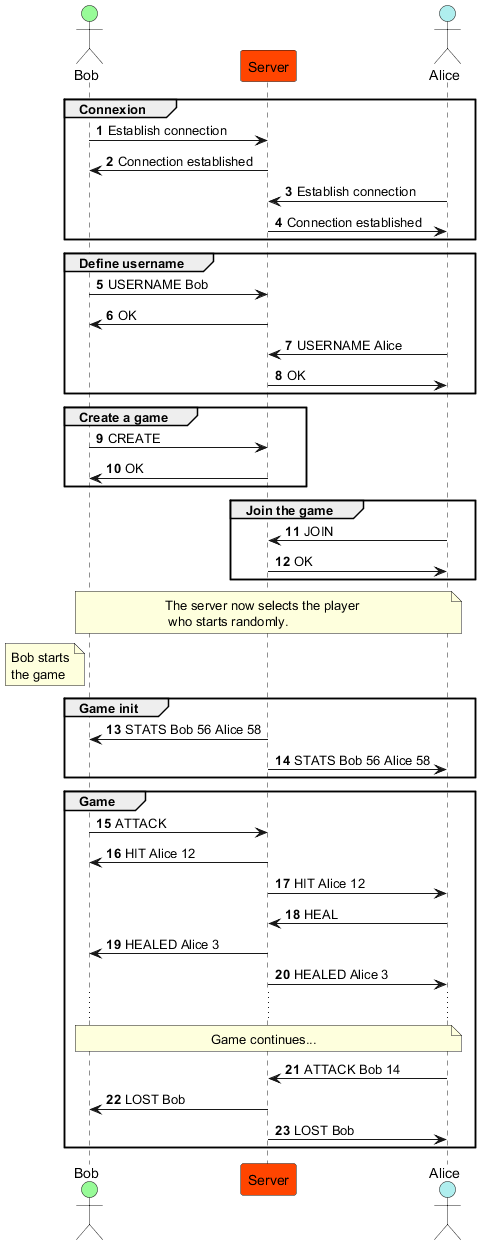
Schokiiiiiiii/DAI-Practical-work-2 keeps this PlantUML diagram as docs/functional_example.png. Above is the earlier version. Source of this version:
```plantuml
@startuml functional_example


actor Bob as Player1 #PaleGreen
Participant Server #OrangeRed
actor Alice as Player2 #PaleTurquoise


autonumber

group Connexion
    Player1 -> Server : Establish connection
    Server -> Player1 : Connection established
    Player2 -> Server : Establish connection
    Server -> Player2 : Connection established
end

group Define username
    Player1 -> Server : USERNAME Bob
    Server -> Player1 : OK
    Player2 -> Server : USERNAME Alice
    Server -> Player2 : OK
end

group Create a game
    Player1 -> Server : CREATE
    Server -> Player1 : OK
end

group Join the game
    Player2 -> Server : JOIN
    Server -> Player2 : OK
end

note across : The server now selects the player \n who starts randomly.

note left of Player1
    Bob starts
    the game
endnote

group Game init
    Server -> Player1 : STATS Bob 56 Alice 58
    Server -> Player2 : STATS Bob 56 Alice 58
end

group Game
    Player1 -> Server : ATTACK
    Server -> Player1 : HIT Alice 12
    Server -> Player2 : HIT Alice 12
    Player2 -> Server : HEAL
    Server -> Player1 : HEALED Alice 3
    Server -> Player2 : HEALED Alice 3
    ...
    note across : Game continues...

    Player2 -> Server : ATTACK Bob 14
    Server -> Player1 : LOST Bob
    Server -> Player2 : LOST Bob

end


@endum
```
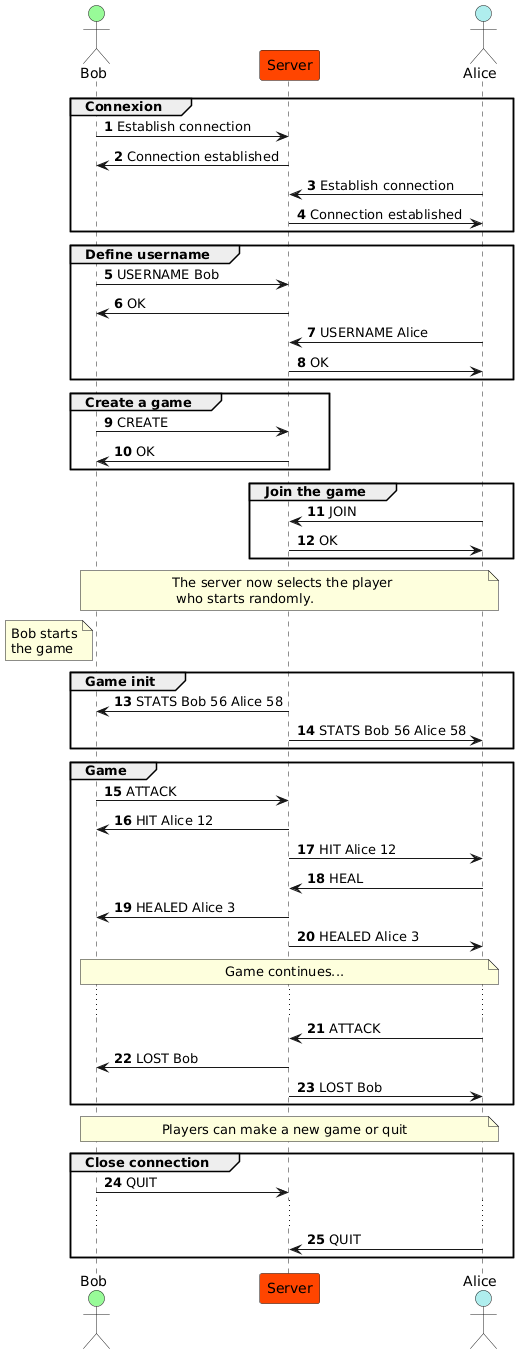
Later version of the same file.

What changed in the source:
```diff
@@ -51,14 +51,22 @@
     Player2 -> Server : HEAL
     Server -> Player1 : HEALED Alice 3
     Server -> Player2 : HEALED Alice 3
+    note across : Game continues...
     ...
-    note across : Game continues...
 
-    Player2 -> Server : ATTACK Bob 14
+    Player2 -> Server : ATTACK
     Server -> Player1 : LOST Bob
     Server -> Player2 : LOST Bob
 
 end
 
+note across : Players can make a new game or quit
+
+group Close connection
+    Player1 -> Server : QUIT
+    ...
+    Player2 -> Server : QUIT
+end
+
 
 @endum
```
